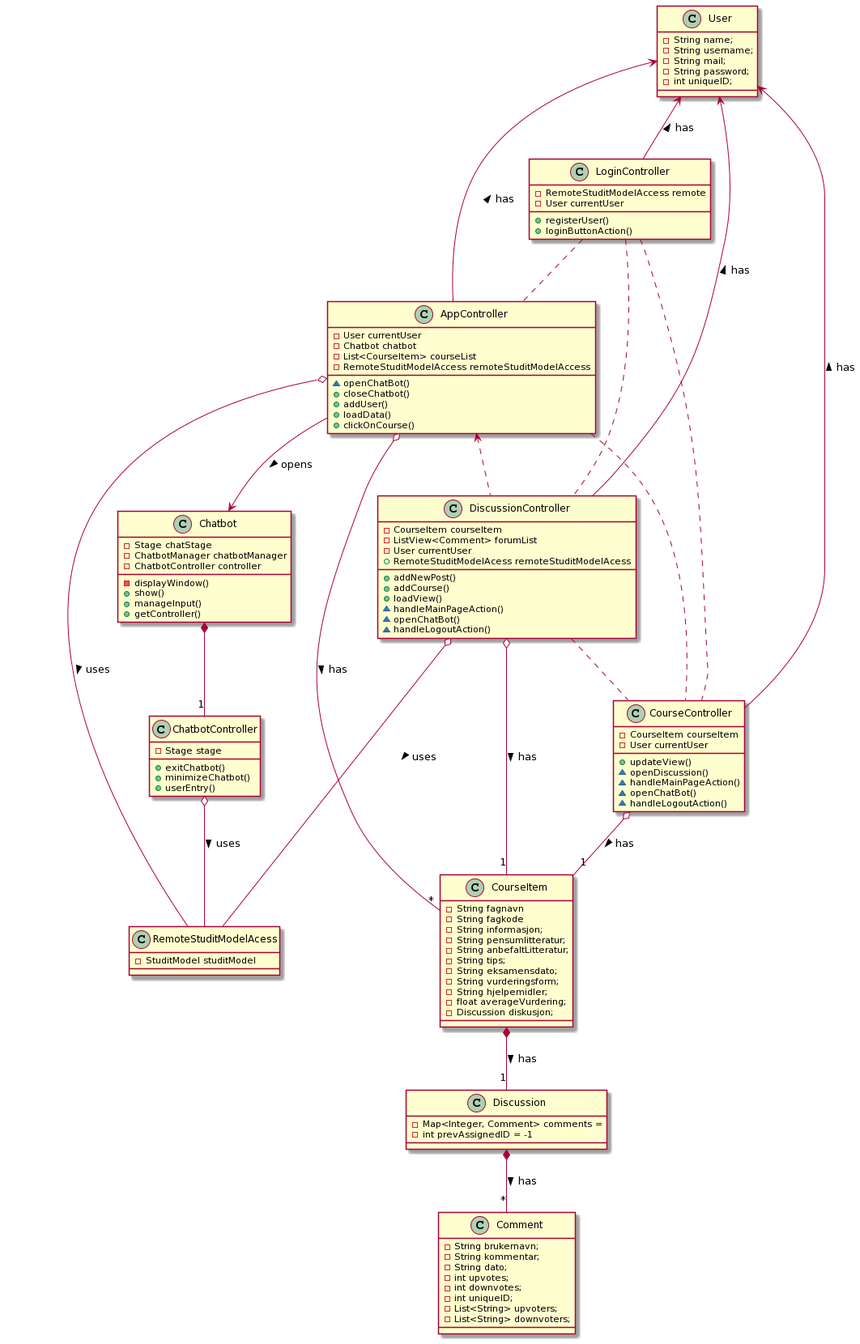
The PlantUML diagram StudIt/classDiagram.png in hakonbjork/StudIt, before a commit.
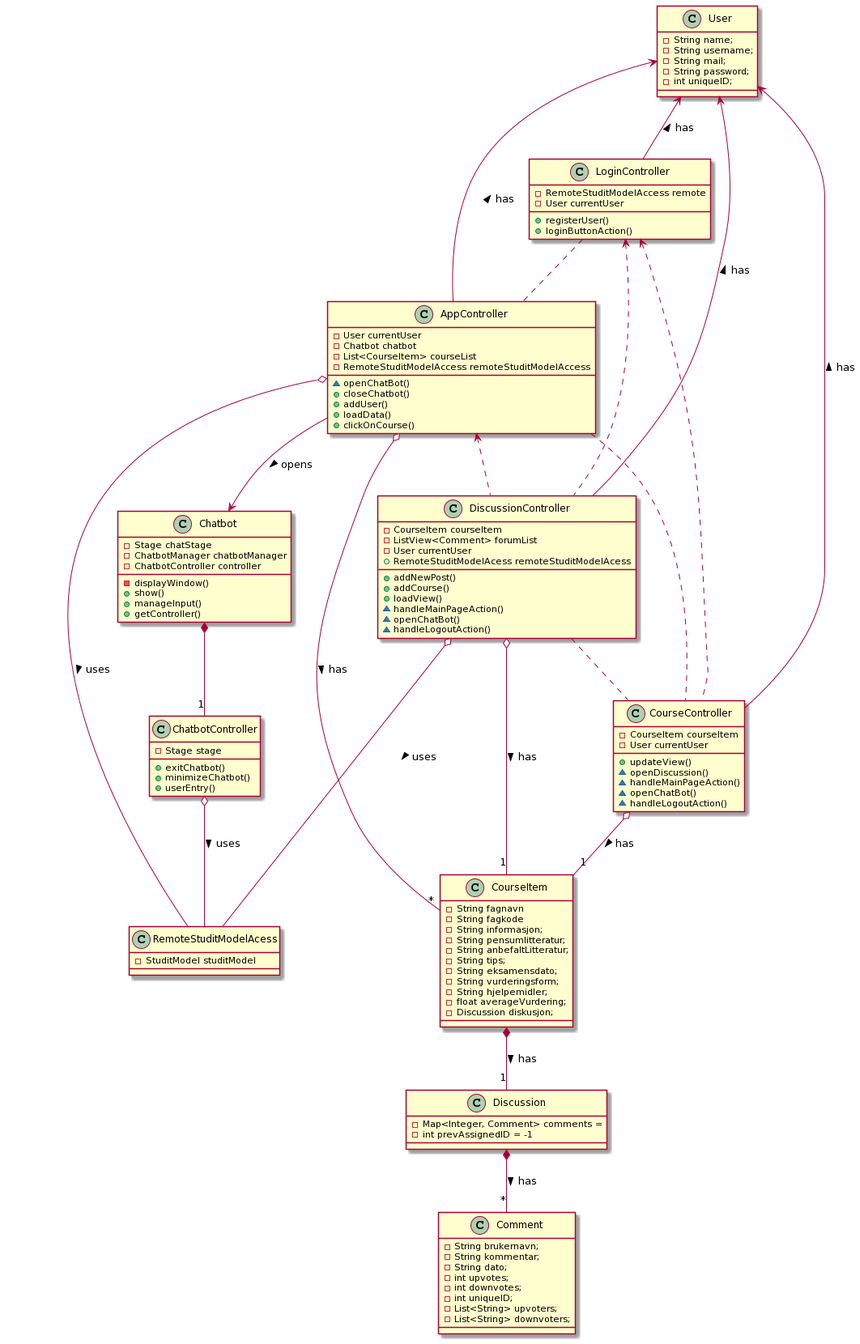
After the change.

Commit message:
#70 changes in the class diagram

The edit, as a diff of the source:
```diff
@@ -119,8 +119,8 @@
 User <-- DiscussionController: has <
 
 LoginController .. AppController
-LoginController .. CourseController
-LoginController .. DiscussionController
+LoginController <.. CourseController
+LoginController <.. DiscussionController
 
 
 AppController --> Chatbot: opens >
```
